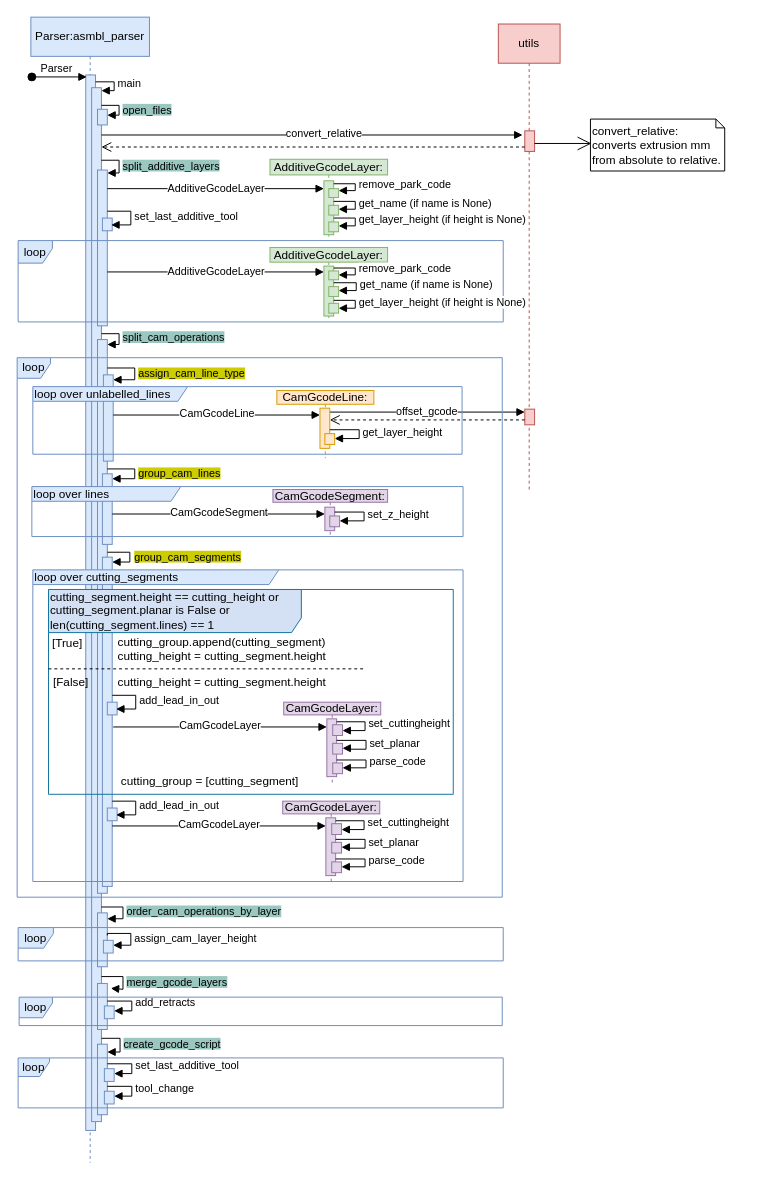
This is page "Main seq. diag." (1 of 2) of docs/UML/SquenceDiagram-1.drawio from cjlux/ASMBL, a draw.io file, before an edit. Source tidied: cells renumbered, new cells numbered last; positions are measured from the earlier drawing's top-left corner, leaving out a move shared by most shapes. Both pictures are drawn from the tidied source at 98%, with x=0, y=0 at pixel (17, 17).
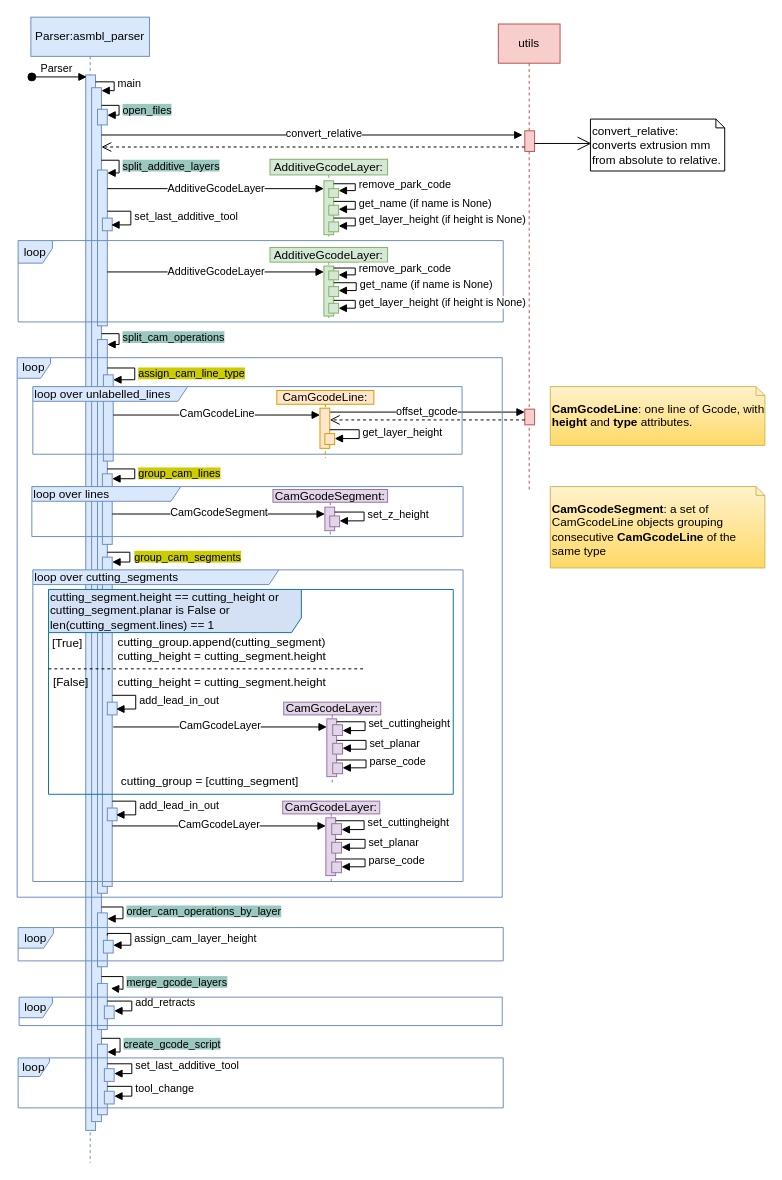
After the change.

The edit, as a diff of the source:
```diff
@@
+    <mxCell id="109" value="&lt;b&gt;CamGcodeLine&lt;/b&gt;: one line of Gcode, with &lt;b&gt;height&lt;/b&gt; and &lt;b&gt;type&lt;/b&gt; attributes." style="shape=note2;boundedLbl=1;whiteSpace=wrap;html=1;size=9;verticalAlign=top;align=left;fillColor=#fff2cc;gradientColor=#ffd966;strokeColor=#d6b656;" parent="1" vertex="1">
+      <mxGeometry x="544" y="377" width="219" height="60" as="geometry" />
+    </mxCell>
+    <mxCell id="110" value="&lt;b&gt;CamGcodeSegment&lt;/b&gt;: a set of CamGcodeLine objects grouping consecutive &lt;b&gt;CamGcodeLine&lt;/b&gt; of the same type" style="shape=note2;boundedLbl=1;whiteSpace=wrap;html=1;size=9;verticalAlign=top;align=left;fillColor=#fff2cc;gradientColor=#ffd966;strokeColor=#d6b656;" parent="1" vertex="1">
+      <mxGeometry x="544" y="479" width="219" height="83" as="geometry" />
+    </mxCell>
```
